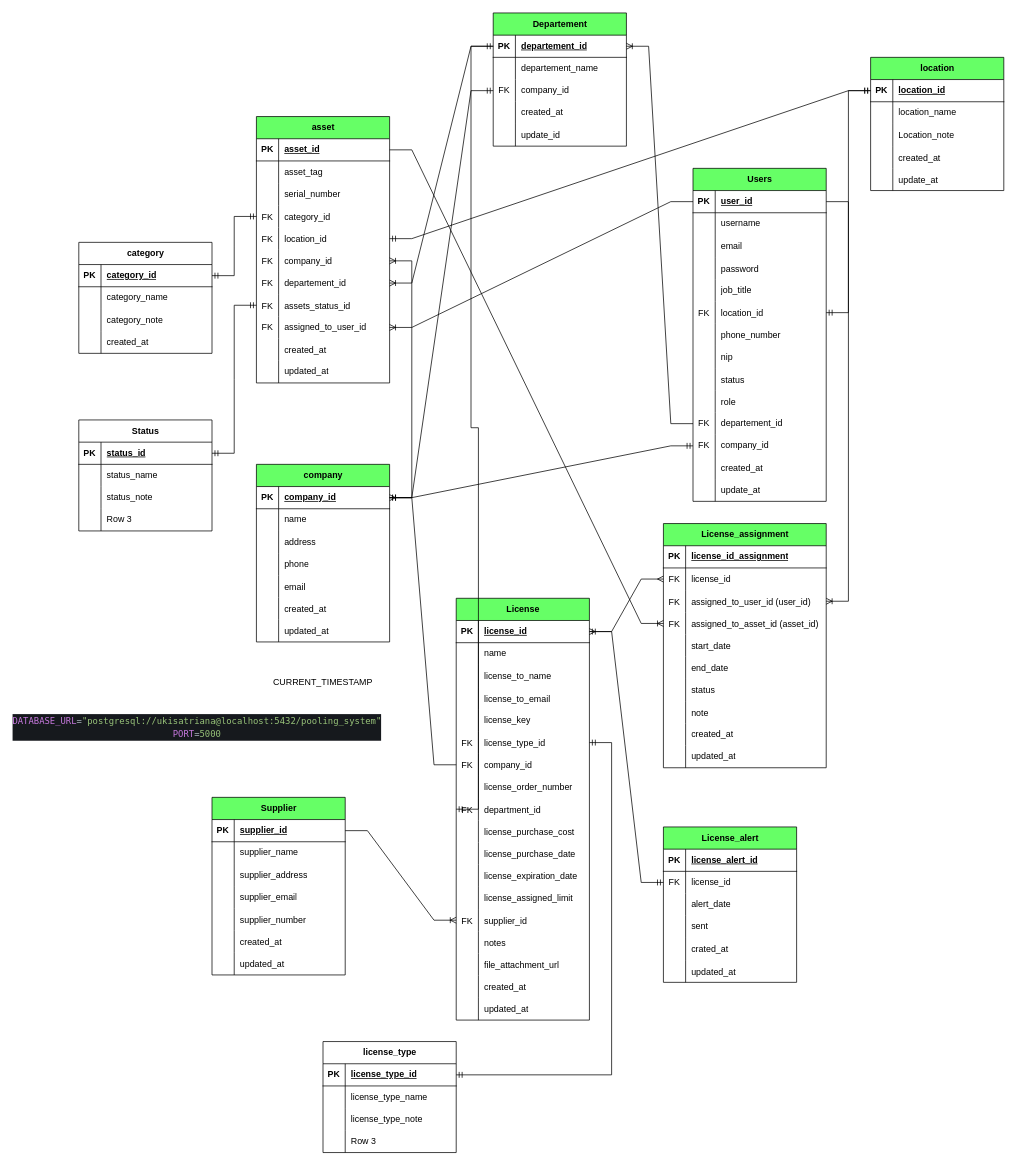
The draw.io diagram pooling.drawio in ukisatriana/Flow-serv, before the edit. Source tidied: cells renumbered, new cells numbered last; positions are measured from the earlier drawing's top-left corner, leaving out a move shared by most shapes. Both pictures are drawn from the tidied source at 74%, with x=0, y=0 at pixel (78, 13).
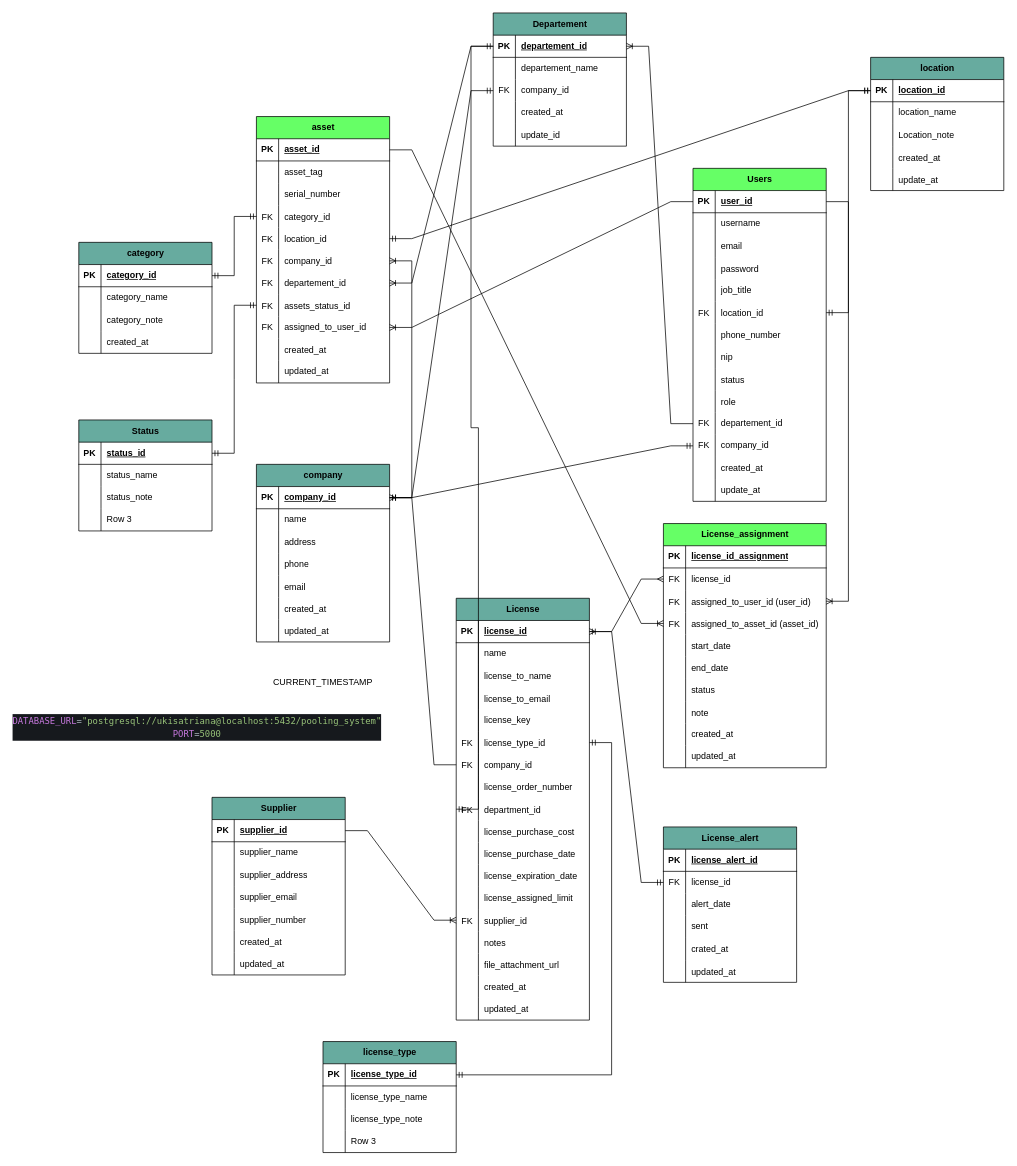
The same page after the edit.

The edit, as a diff of the source:
```diff
@@
-    <mxCell id="45" value="Departement" style="shape=table;startSize=30;childLayout=tableLayout;rowLines=0;fontStyle=1;align=center;html=1;fillColor=#66FF66;" parent="1" vertex="1">
+    <mxCell id="45" value="Departement" style="shape=table;startSize=30;childLayout=tableLayout;rowLines=0;fontStyle=1;align=center;html=1;fillColor=#67AB9F;" parent="1" vertex="1">
       <mxGeometry x="560" width="180" height="180" as="geometry" />
     </mxCell>
@@
-    <mxCell id="61" value="company" style="shape=table;startSize=30;childLayout=tableLayout;rowLines=0;fontStyle=1;align=center;html=1;fillColor=#66FF66;" parent="1" vertex="1">
+    <mxCell id="61" value="company" style="shape=table;startSize=30;childLayout=tableLayout;rowLines=0;fontStyle=1;align=center;html=1;fillColor=#67AB9F;" parent="1" vertex="1">
       <mxGeometry x="240" y="610" width="180" height="240" as="geometry" />
     </mxCell>
@@
-    <mxCell id="117" value="License" style="shape=table;startSize=30;childLayout=tableLayout;rowLines=0;fontStyle=1;align=center;html=1;fillColor=#66FF66;" parent="1" vertex="1">
+    <mxCell id="117" value="License" style="shape=table;startSize=30;childLayout=tableLayout;rowLines=0;fontStyle=1;align=center;html=1;fillColor=#67AB9F;" parent="1" vertex="1">
       <mxGeometry x="510" y="791" width="180" height="570" as="geometry" />
     </mxCell>
@@
-    <mxCell id="203" value="License_alert" style="shape=table;startSize=30;childLayout=tableLayout;rowLines=0;fontStyle=1;align=center;html=1;fillColor=#66FF66;" parent="1" vertex="1">
+    <mxCell id="203" value="License_alert" style="shape=table;startSize=30;childLayout=tableLayout;rowLines=0;fontStyle=1;align=center;html=1;fillColor=#67AB9F;" parent="1" vertex="1">
       <mxGeometry x="790" y="1100" width="180" height="210" as="geometry" />
     </mxCell>
@@
-    <mxCell id="234" value="Supplier" style="shape=table;startSize=30;childLayout=tableLayout;rowLines=0;fontStyle=1;align=center;html=1;fillColor=#66FF66;" parent="1" vertex="1">
+    <mxCell id="234" value="Supplier" style="shape=table;startSize=30;childLayout=tableLayout;rowLines=0;fontStyle=1;align=center;html=1;fillColor=#67AB9F;" parent="1" vertex="1">
       <mxGeometry x="180" y="1060" width="180" height="240" as="geometry" />
     </mxCell>
@@
-    <mxCell id="257" value="location" style="shape=table;startSize=30;childLayout=tableLayout;rowLines=0;fontStyle=1;align=center;html=1;fillColor=#66FF66;" parent="1" vertex="1">
+    <mxCell id="257" value="location" style="shape=table;startSize=30;childLayout=tableLayout;rowLines=0;fontStyle=1;align=center;html=1;fillColor=#67AB9F;" parent="1" vertex="1">
       <mxGeometry x="1070" y="60" width="180" height="180" as="geometry" />
     </mxCell>
@@
-    <mxCell id="275" value="Status" style="shape=table;startSize=30;childLayout=tableLayout;rowLines=0;fontStyle=1;align=center;html=1;" parent="1" vertex="1">
+    <mxCell id="275" value="Status" style="shape=table;startSize=30;childLayout=tableLayout;rowLines=0;fontStyle=1;align=center;html=1;fillColor=#67AB9F;" parent="1" vertex="1">
       <mxGeometry y="550" width="180" height="150" as="geometry" />
     </mxCell>
@@
-    <mxCell id="289" value="category" style="shape=table;startSize=30;childLayout=tableLayout;rowLines=0;fontStyle=1;align=center;html=1;" parent="1" vertex="1">
+    <mxCell id="289" value="category" style="shape=table;startSize=30;childLayout=tableLayout;rowLines=0;fontStyle=1;align=center;html=1;fillColor=#67AB9F;" parent="1" vertex="1">
       <mxGeometry y="310" width="180" height="150" as="geometry" />
     </mxCell>
@@
-    <mxCell id="303" value="license_type" style="shape=table;startSize=30;childLayout=tableLayout;rowLines=0;fontStyle=1;align=center;html=1;" parent="1" vertex="1">
+    <mxCell id="303" value="license_type" style="shape=table;startSize=30;childLayout=tableLayout;rowLines=0;fontStyle=1;align=center;html=1;fillColor=#67AB9F;" parent="1" vertex="1">
       <mxGeometry x="330" y="1390" width="180" height="150" as="geometry" />
     </mxCell>
```
